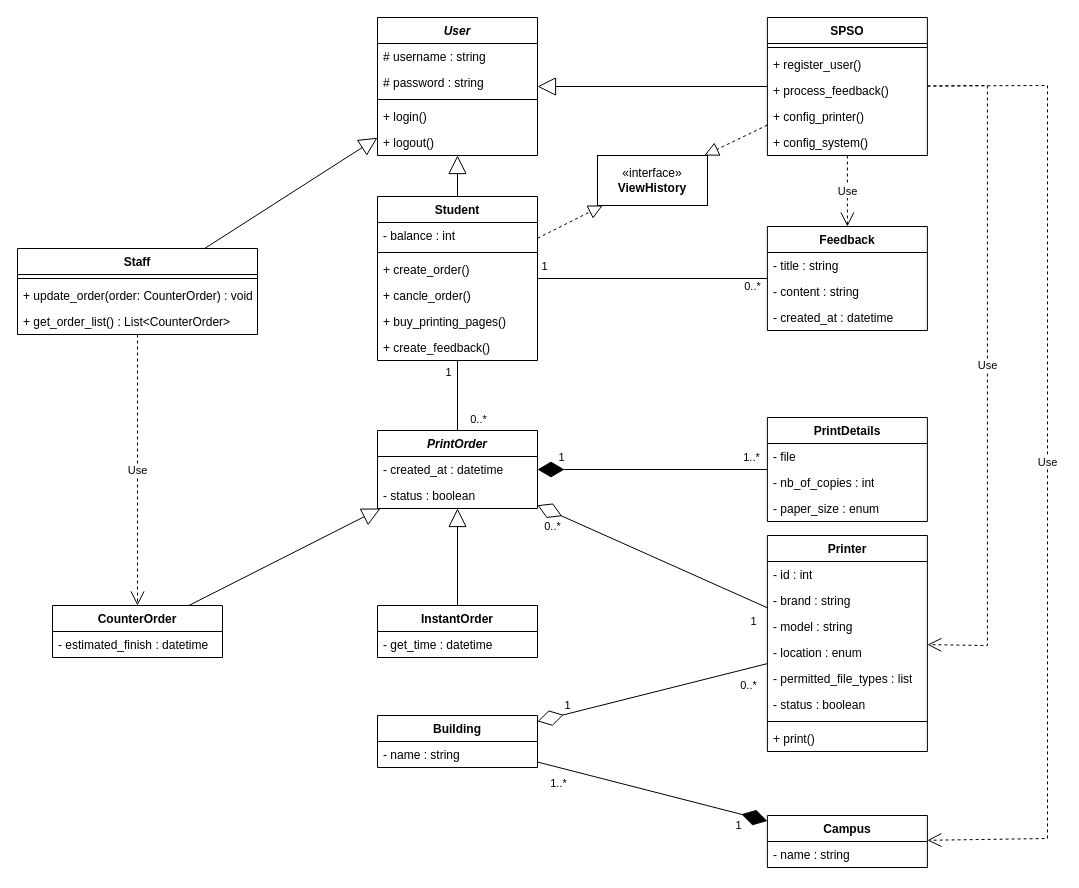
The draw.io diagram printing-module-class-diagram.drawio in blueonline07/auth-demo, before the edit. Source tidied: cells renumbered, new cells numbered last; positions are measured from the earlier drawing's top-left corner, leaving out a move shared by most shapes. Both pictures are drawn from the tidied source at 100%, with x=0, y=0 at pixel (17, 17).
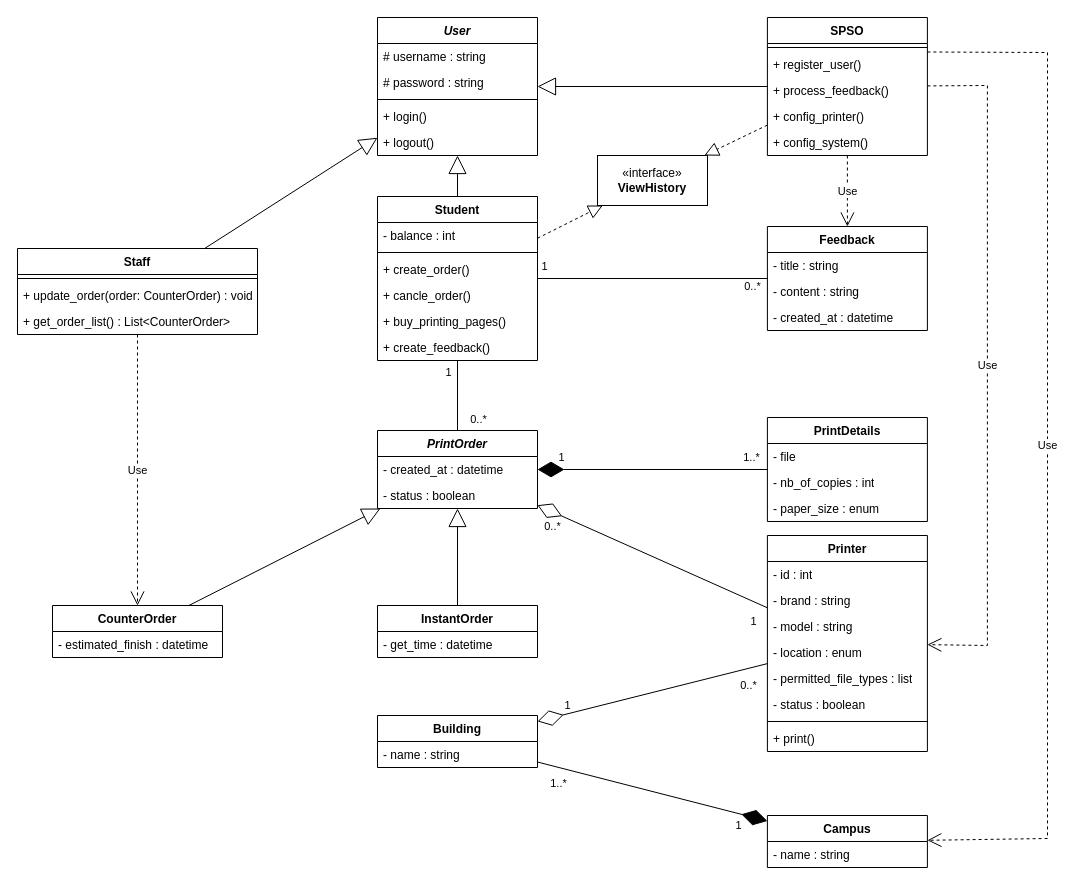
The same page after the edit.

The change refers to these unchanged cells:
```xml
<mxCell id="53" value="SPSO" style="swimlane;fontStyle=1;align=center;verticalAlign=top;horizontal=1;startSize=26;whiteSpace=wrap;html=1;" parent="1" vertex="1">
  <mxGeometry x="749.9" width="160" height="138" as="geometry" />
</mxCell>
<mxCell id="74" value="Campus" style="swimlane;fontStyle=1;align=center;verticalAlign=top;horizontal=1;startSize=26;whiteSpace=wrap;html=1;" parent="1" vertex="1">
  <mxGeometry x="749.9" y="798" width="160" height="52" as="geometry" />
</mxCell>
```

Change to the diagram source:
```diff
@@
-    <mxCell id="82" value="Use" style="endArrow=open;endSize=12;dashed=1;html=1;rounded=0;" parent="1" edge="1" source="53" target="74">
+    <mxCell id="82" value="Use" style="endArrow=open;endSize=12;dashed=1;html=1;rounded=0;exitX=1;exitY=0.25;exitDx=0;exitDy=0;" parent="1" edge="1" source="53" target="74">
       <mxGeometry relative="1" as="geometry">
         <Array as="points">
-          <mxPoint x="1030" y="68" />
+          <mxPoint x="1030" y="35" />
           <mxPoint x="1030" y="821" />
         </Array>
       </mxGeometry>
     </mxCell>
```
